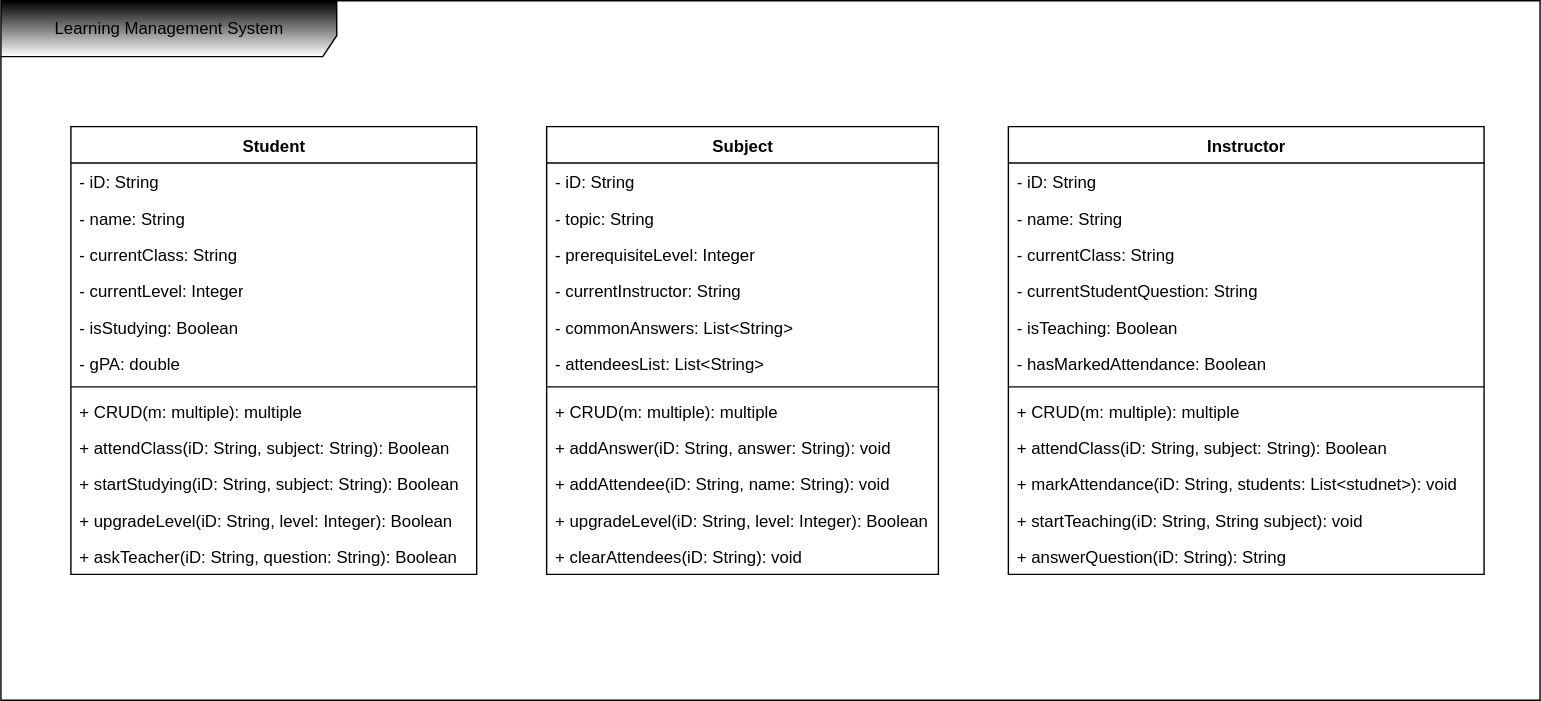
Earlier version of the draw.io export LMS.svg (Abdullah-Alwael/SpringBootLab7). Source tidied: cells renumbered, new cells last; positions are measured from the earlier drawing's top-left corner, leaving out a move shared by most shapes.
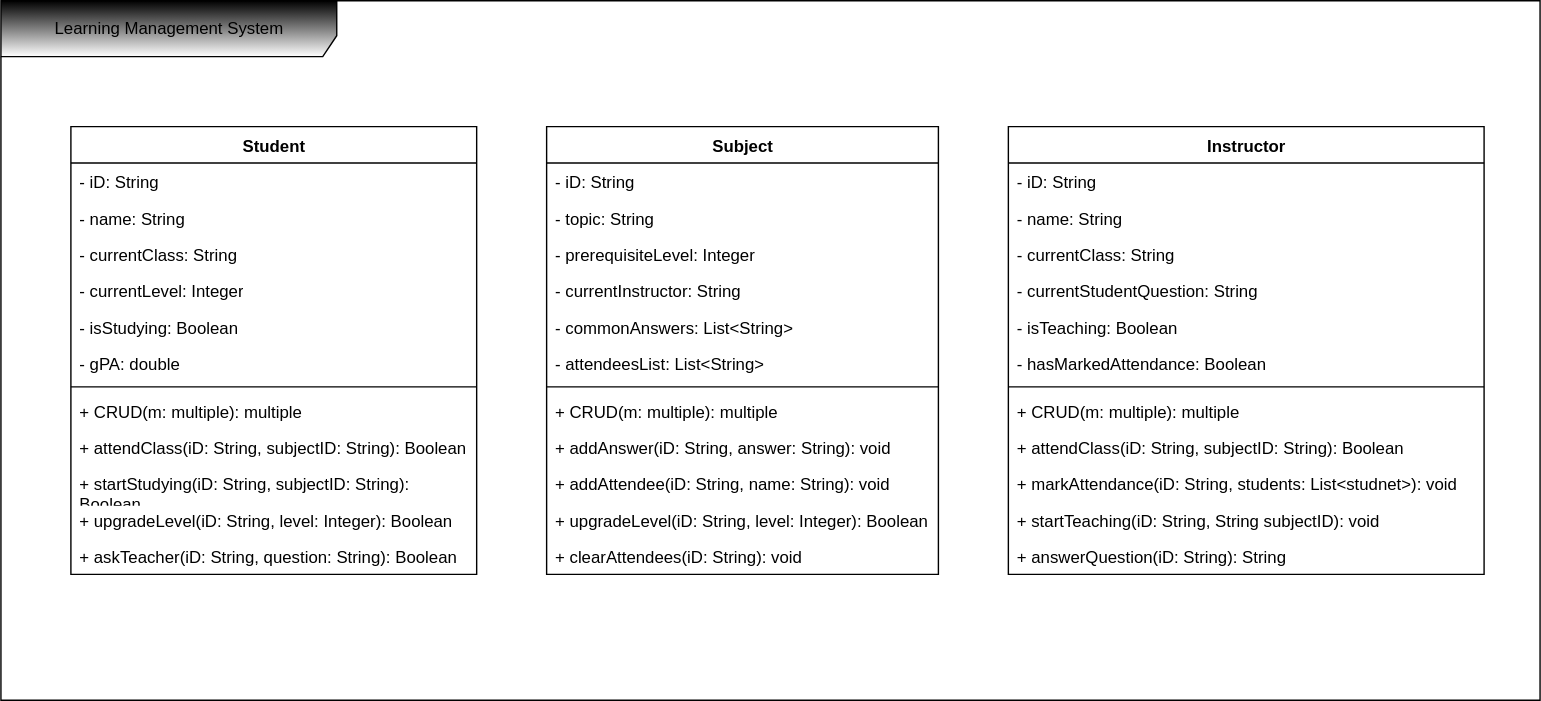
After the change.

Commit message:
small rename from subject to subjectID

Change to the diagram source:
```diff
@@ -71,10 +71,10 @@
     <mxCell id="24" value="+ CRUD(m: multiple): multiple" style="text;strokeColor=none;fillColor=none;align=left;verticalAlign=top;spacingLeft=4;spacingRight=4;overflow=hidden;whiteSpace=wrap;html=1;" parent="16" vertex="1">
       <mxGeometry y="190" width="290" height="26" as="geometry" />
     </mxCell>
-    <mxCell id="25" value="+ attendClass(iD: String, subject: String): Boolean" style="text;strokeColor=none;fillColor=none;align=left;verticalAlign=top;spacingLeft=4;spacingRight=4;overflow=hidden;whiteSpace=wrap;html=1;" parent="16" vertex="1">
+    <mxCell id="25" value="+ attendClass(iD: String, subjectID: String): Boolean" style="text;strokeColor=none;fillColor=none;align=left;verticalAlign=top;spacingLeft=4;spacingRight=4;overflow=hidden;whiteSpace=wrap;html=1;" parent="16" vertex="1">
       <mxGeometry y="216" width="290" height="26" as="geometry" />
     </mxCell>
-    <mxCell id="26" value="+ startStudying(iD: String,&amp;nbsp;subject&lt;span style=&quot;background-color: transparent; color: light-dark(rgb(0, 0, 0), rgb(255, 255, 255));&quot;&gt;: String): Boolean&lt;/span&gt;" style="text;strokeColor=none;fillColor=none;align=left;verticalAlign=top;spacingLeft=4;spacingRight=4;overflow=hidden;whiteSpace=wrap;html=1;" parent="16" vertex="1">
+    <mxCell id="26" value="+ startStudying(iD: String,&amp;nbsp;subjectID&lt;span style=&quot;background-color: transparent; color: light-dark(rgb(0, 0, 0), rgb(255, 255, 255));&quot;&gt;: String): Boolean&lt;/span&gt;" style="text;strokeColor=none;fillColor=none;align=left;verticalAlign=top;spacingLeft=4;spacingRight=4;overflow=hidden;whiteSpace=wrap;html=1;" parent="16" vertex="1">
       <mxGeometry y="242" width="290" height="26" as="geometry" />
     </mxCell>
     <mxCell id="27" value="&lt;div style=&quot;direction: ltr;&quot;&gt;&lt;span style=&quot;background-color: transparent; color: light-dark(rgb(0, 0, 0), rgb(255, 255, 255));&quot;&gt;+ upgradeLevel(&lt;/span&gt;&lt;span style=&quot;background-color: transparent; color: light-dark(rgb(0, 0, 0), rgb(255, 255, 255));&quot;&gt;iD: String,&lt;/span&gt;&lt;span style=&quot;background-color: transparent; color: light-dark(rgb(0, 0, 0), rgb(255, 255, 255));&quot;&gt;&amp;nbsp;&lt;/span&gt;&lt;span style=&quot;background-color: transparent; color: light-dark(rgb(0, 0, 0), rgb(255, 255, 255));&quot;&gt;level: Integer): Boolean&lt;/span&gt;&lt;/div&gt;" style="text;strokeColor=none;fillColor=none;align=left;verticalAlign=top;spacingLeft=4;spacingRight=4;overflow=hidden;whiteSpace=wrap;html=1;" parent="16" vertex="1">
@@ -110,13 +110,13 @@
     <mxCell id="37" value="+ CRUD(m: multiple): multiple" style="text;strokeColor=none;fillColor=none;align=left;verticalAlign=top;spacingLeft=4;spacingRight=4;overflow=hidden;whiteSpace=wrap;html=1;" parent="29" vertex="1">
       <mxGeometry y="190" width="340" height="26" as="geometry" />
     </mxCell>
-    <mxCell id="38" value="+ attendClass(iD: String,&amp;nbsp;subject: String): Boolean" style="text;strokeColor=none;fillColor=none;align=left;verticalAlign=top;spacingLeft=4;spacingRight=4;overflow=hidden;whiteSpace=wrap;html=1;" parent="29" vertex="1">
+    <mxCell id="38" value="+ attendClass(iD: String,&amp;nbsp;subjectID: String): Boolean" style="text;strokeColor=none;fillColor=none;align=left;verticalAlign=top;spacingLeft=4;spacingRight=4;overflow=hidden;whiteSpace=wrap;html=1;" parent="29" vertex="1">
       <mxGeometry y="216" width="340" height="26" as="geometry" />
     </mxCell>
     <mxCell id="39" value="+ markAttendance(iD: String,&amp;nbsp;students: List&amp;lt;studnet&amp;gt;): void" style="text;strokeColor=none;fillColor=none;align=left;verticalAlign=top;spacingLeft=4;spacingRight=4;overflow=hidden;whiteSpace=wrap;html=1;" parent="29" vertex="1">
       <mxGeometry y="242" width="340" height="26" as="geometry" />
     </mxCell>
-    <mxCell id="40" value="+ startTeaching(iD: String,&amp;nbsp;String subject): void" style="text;strokeColor=none;fillColor=none;align=left;verticalAlign=top;spacingLeft=4;spacingRight=4;overflow=hidden;whiteSpace=wrap;html=1;" parent="29" vertex="1">
+    <mxCell id="40" value="+ startTeaching(iD: String,&amp;nbsp;String subjectID): void" style="text;strokeColor=none;fillColor=none;align=left;verticalAlign=top;spacingLeft=4;spacingRight=4;overflow=hidden;whiteSpace=wrap;html=1;" parent="29" vertex="1">
       <mxGeometry y="268" width="340" height="26" as="geometry" />
     </mxCell>
     <mxCell id="41" value="+ answerQuestion(iD: String): String" style="text;strokeColor=none;fillColor=none;align=left;verticalAlign=top;spacingLeft=4;spacingRight=4;overflow=hidden;whiteSpace=wrap;html=1;" parent="29" vertex="1">
```
